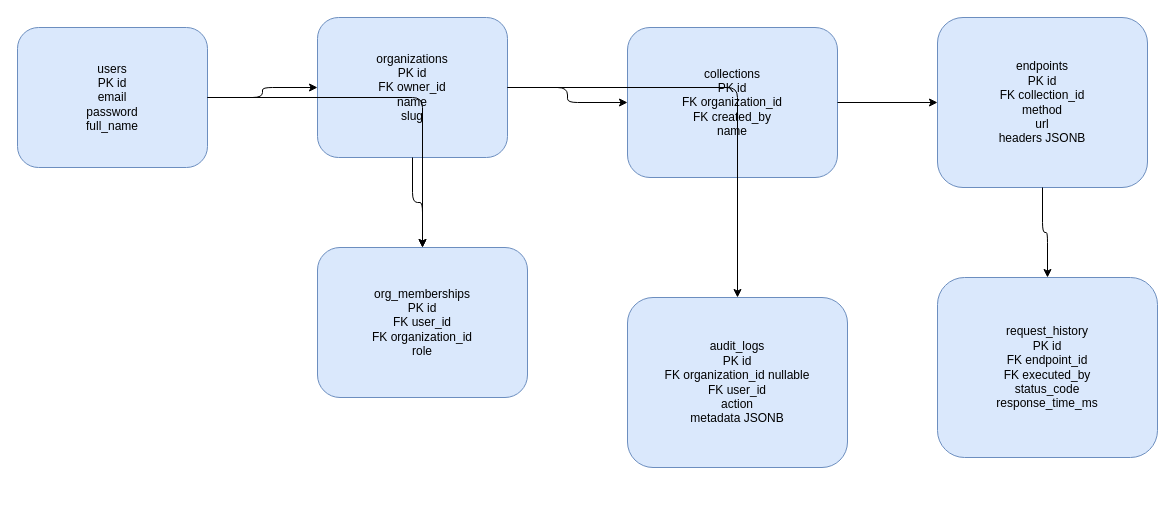
Earlier version of the draw.io diagram docs/diagrams/database-model.drawio (puneetdixit200/vaultscale). Source tidied: cells renumbered, new cells numbered last; positions are measured from the earlier drawing's top-left corner, leaving out a move shared by most shapes. Both pictures are drawn from the tidied source at 100%, with x=0, y=0 at pixel (17, 17).
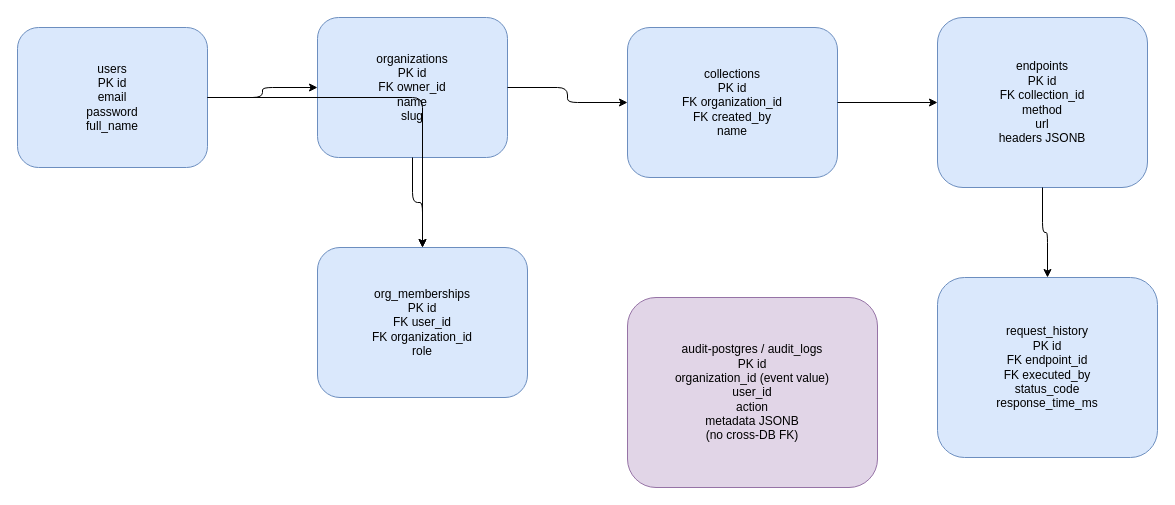
The same diagram, later.

Diff of the diagram source:
```diff
@@
 <mxGraphModel>
   <root>
     <mxCell id="0" />
     <mxCell id="1" parent="0" />
     <mxCell id="2" value="users&lt;br&gt;PK id&lt;br&gt;email&lt;br&gt;password&lt;br&gt;full_name" style="rounded=1;whiteSpace=wrap;html=1;fillColor=#dae8fc;strokeColor=#6c8ebf;" parent="1" vertex="1">
       <mxGeometry y="10" width="190" height="140" as="geometry" />
     </mxCell>
     <mxCell id="3" value="organizations&lt;br&gt;PK id&lt;br&gt;FK owner_id&lt;br&gt;name&lt;br&gt;slug" style="rounded=1;whiteSpace=wrap;html=1;fillColor=#dae8fc;strokeColor=#6c8ebf;" parent="1" vertex="1">
       <mxGeometry x="300" width="190" height="140" as="geometry" />
     </mxCell>
     <mxCell id="4" value="org_memberships&lt;br&gt;PK id&lt;br&gt;FK user_id&lt;br&gt;FK organization_id&lt;br&gt;role" style="rounded=1;whiteSpace=wrap;html=1;fillColor=#dae8fc;strokeColor=#6c8ebf;" parent="1" vertex="1">
       <mxGeometry x="300" y="230" width="210" height="150" as="geometry" />
     </mxCell>
     <mxCell id="5" value="collections&lt;br&gt;PK id&lt;br&gt;FK organization_id&lt;br&gt;FK created_by&lt;br&gt;name" style="rounded=1;whiteSpace=wrap;html=1;fillColor=#dae8fc;strokeColor=#6c8ebf;" parent="1" vertex="1">
       <mxGeometry x="610" y="10" width="210" height="150" as="geometry" />
     </mxCell>
     <mxCell id="6" value="endpoints&lt;br&gt;PK id&lt;br&gt;FK collection_id&lt;br&gt;method&lt;br&gt;url&lt;br&gt;headers JSONB" style="rounded=1;whiteSpace=wrap;html=1;fillColor=#dae8fc;strokeColor=#6c8ebf;" parent="1" vertex="1">
       <mxGeometry x="920" width="210" height="170" as="geometry" />
     </mxCell>
     <mxCell id="7" value="request_history&lt;br&gt;PK id&lt;br&gt;FK endpoint_id&lt;br&gt;FK executed_by&lt;br&gt;status_code&lt;br&gt;response_time_ms" style="rounded=1;whiteSpace=wrap;html=1;fillColor=#dae8fc;strokeColor=#6c8ebf;" parent="1" vertex="1">
       <mxGeometry x="920" y="260" width="220" height="180" as="geometry" />
     </mxCell>
-    <mxCell id="8" value="audit_logs&lt;br&gt;PK id&lt;br&gt;FK organization_id nullable&lt;br&gt;FK user_id&lt;br&gt;action&lt;br&gt;metadata JSONB" style="rounded=1;whiteSpace=wrap;html=1;fillColor=#dae8fc;strokeColor=#6c8ebf;" parent="1" vertex="1">
-      <mxGeometry x="610" y="280" width="220" height="170" as="geometry" />
+    <mxCell id="8" value="audit-postgres / audit_logs&lt;br&gt;PK id&lt;br&gt;organization_id (event value)&lt;br&gt;user_id&lt;br&gt;action&lt;br&gt;metadata JSONB&lt;br&gt;(no cross-DB FK)" style="rounded=1;whiteSpace=wrap;html=1;fillColor=#e1d5e7;strokeColor=#9673a6;" parent="1" vertex="1">
+      <mxGeometry x="610" y="280" width="250" height="190" as="geometry" />
     </mxCell>
     <mxCell id="9" style="edgeStyle=orthogonalEdgeStyle;rounded=1;jettySize=auto;html=1;labelBackgroundColor=#ffffff;fontSize=11;" parent="1" edge="1" source="2" target="3">
       <mxGeometry relative="1" as="geometry" />
     </mxCell>
     <mxCell id="10" style="edgeStyle=orthogonalEdgeStyle;rounded=1;jettySize=auto;html=1;labelBackgroundColor=#ffffff;fontSize=11;" parent="1" edge="1" source="2" target="4">
       <mxGeometry relative="1" as="geometry" />
     </mxCell>
     <mxCell id="11" style="edgeStyle=orthogonalEdgeStyle;rounded=1;jettySize=auto;html=1;labelBackgroundColor=#ffffff;fontSize=11;" parent="1" edge="1" source="3" target="4">
       <mxGeometry relative="1" as="geometry" />
     </mxCell>
     <mxCell id="12" style="edgeStyle=orthogonalEdgeStyle;rounded=1;jettySize=auto;html=1;labelBackgroundColor=#ffffff;fontSize=11;" parent="1" edge="1" source="3" target="5">
       <mxGeometry relative="1" as="geometry" />
     </mxCell>
     <mxCell id="13" style="edgeStyle=orthogonalEdgeStyle;rounded=1;jettySize=auto;html=1;labelBackgroundColor=#ffffff;fontSize=11;" parent="1" edge="1" source="5" target="6">
       <mxGeometry relative="1" as="geometry" />
     </mxCell>
     <mxCell id="14" style="edgeStyle=orthogonalEdgeStyle;rounded=1;jettySize=auto;html=1;labelBackgroundColor=#ffffff;fontSize=11;" parent="1" edge="1" source="6" target="7">
       <mxGeometry relative="1" as="geometry" />
     </mxCell>
-    <mxCell id="15" style="edgeStyle=orthogonalEdgeStyle;rounded=1;jettySize=auto;html=1;labelBackgroundColor=#ffffff;fontSize=11;" parent="1" edge="1" source="3" target="8">
-      <mxGeometry relative="1" as="geometry" />
-    </mxCell>
   </root>
 </mxGraphModel>
```
